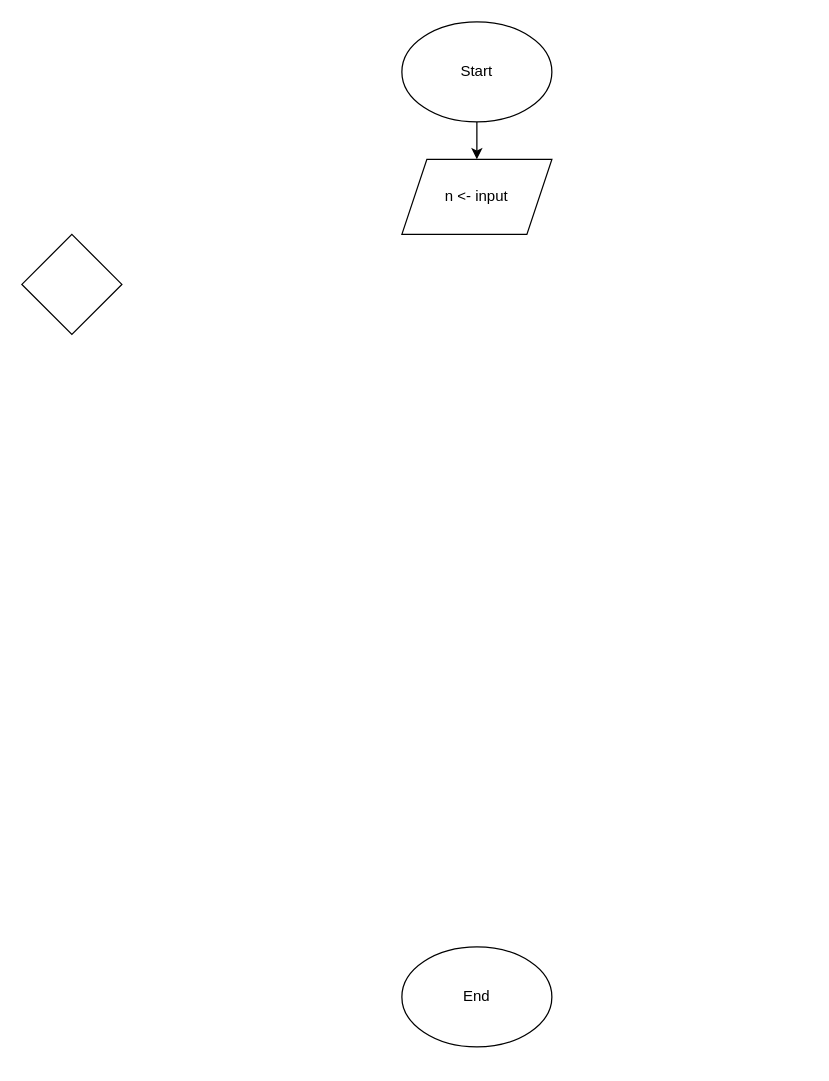
The draw.io diagram 1st_year/1st_term/programming/2nd_week/Exercise_7.drawio in AGPFVEN/uc3m, before the edit. Source tidied: cells renumbered, new cells numbered last; positions are measured from the earlier drawing's top-left corner, leaving out a move shared by most shapes. Both pictures are drawn from the tidied source at 125%, with x=0, y=0 at pixel (21, 21).
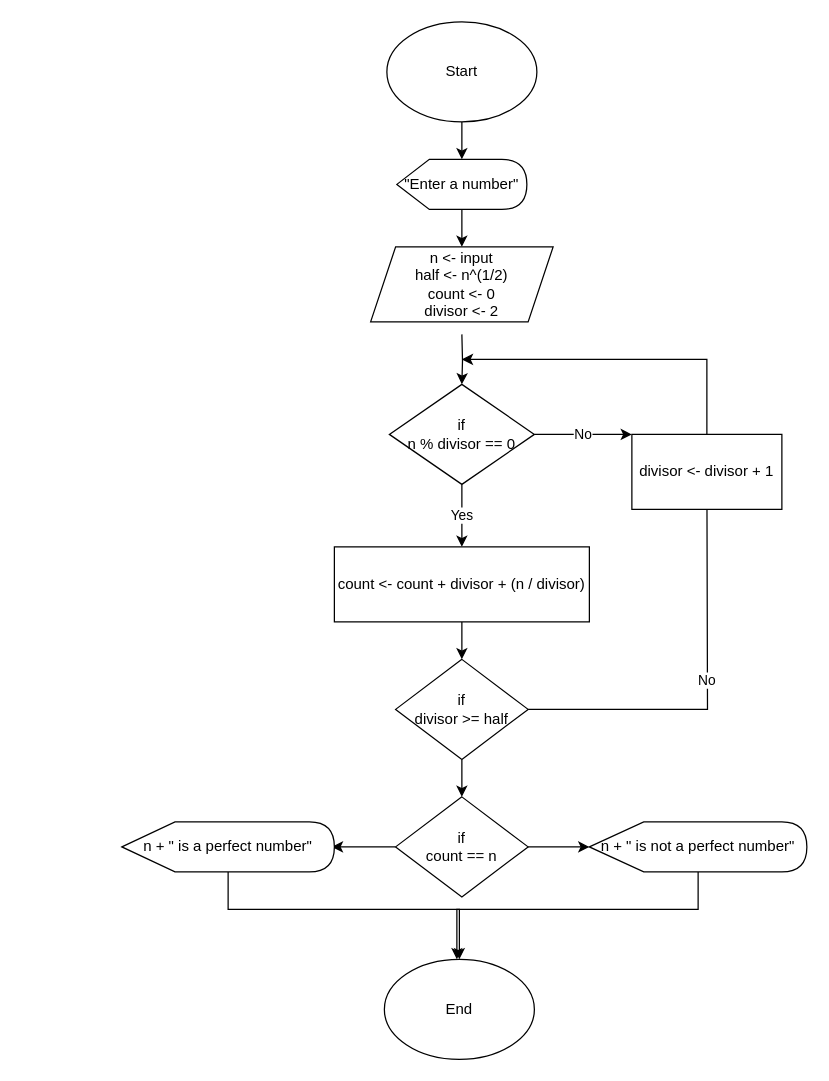
Above is the later version.

The edit, as a diff of the source:
```diff
@@
-    <mxCell id="2" style="edgeStyle=orthogonalEdgeStyle;rounded=0;jettySize=auto;html=1;" parent="1" edge="1" source="3" target="5">
-      <mxGeometry relative="1" as="geometry" />
-    </mxCell>
+    <mxCell id="7" style="edgeStyle=orthogonalEdgeStyle;rounded=0;jettySize=auto;html=1;" parent="1" edge="1" source="3" target="23">
+      <mxGeometry relative="1" as="geometry" />
+    </mxCell>
     <mxCell id="3" value="Start" style="ellipse;whiteSpace=wrap;html=1;" parent="1" vertex="1">
-      <mxGeometry x="304" width="120" height="80" as="geometry" />
+      <mxGeometry x="292" width="120" height="80" as="geometry" />
     </mxCell>
     <mxCell id="4" value="End" style="ellipse;whiteSpace=wrap;html=1;" parent="1" vertex="1">
-      <mxGeometry x="304" y="740" width="120" height="80" as="geometry" />
+      <mxGeometry x="290" y="750" width="120" height="80" as="geometry" />
     </mxCell>
+    <mxCell id="8" style="edgeStyle=orthogonalEdgeStyle;rounded=0;jettySize=auto;html=1;" parent="1" edge="1" target="14">
+      <mxGeometry relative="1" as="geometry">
+        <mxPoint x="352" y="250" as="sourcePoint" />
+      </mxGeometry>
+    </mxCell>
-    <mxCell id="5" value="n &amp;lt;- input" style="shape=parallelogram;perimeter=parallelogramPerimeter;whiteSpace=wrap;html=1;fixedSize=1;" parent="1" vertex="1">
-      <mxGeometry x="304" y="110" width="120" height="60" as="geometry" />
+    <mxCell id="5" value="n &amp;lt;- input&lt;br&gt;half &amp;lt;- n^(1/2)&lt;br&gt;count &amp;lt;- 0&lt;br&gt;divisor &amp;lt;- 2" style="shape=parallelogram;perimeter=parallelogramPerimeter;whiteSpace=wrap;html=1;fixedSize=1;" parent="1" vertex="1">
+      <mxGeometry x="279" y="180" width="146" height="60" as="geometry" />
     </mxCell>
-    <mxCell id="6" style="rhombus;whiteSpace=wrap;html=1;" parent="1" vertex="1">
-      <mxGeometry y="170" width="80" height="80" as="geometry" />
-    </mxCell>
+    <mxCell id="9" value="No" style="edgeStyle=orthogonalEdgeStyle;rounded=0;jettySize=auto;html=1;entryX=0.5;entryY=1;entryDx=0;entryDy=0;" parent="1" edge="1" source="11">
+      <mxGeometry relative="1" as="geometry">
+        <mxPoint x="548" y="360" as="targetPoint" />
+      </mxGeometry>
+    </mxCell>
+    <mxCell id="10" style="edgeStyle=orthogonalEdgeStyle;rounded=0;jettySize=auto;html=1;" parent="1" edge="1" source="11" target="21">
+      <mxGeometry relative="1" as="geometry" />
+    </mxCell>
+    <mxCell id="11" value="if&lt;br&gt;divisor &amp;gt;= half" style="rhombus;whiteSpace=wrap;html=1;" parent="1" vertex="1">
+      <mxGeometry x="299" y="510" width="106" height="80" as="geometry" />
+    </mxCell>
+    <mxCell id="12" value="No" style="edgeStyle=orthogonalEdgeStyle;rounded=0;jettySize=auto;html=1;" parent="1" edge="1" source="14">
+      <mxGeometry relative="1" as="geometry">
+        <mxPoint x="488" y="330" as="targetPoint" />
+      </mxGeometry>
+    </mxCell>
+    <mxCell id="13" value="Yes" style="edgeStyle=orthogonalEdgeStyle;rounded=0;jettySize=auto;html=1;" parent="1" edge="1" source="14" target="18">
+      <mxGeometry relative="1" as="geometry" />
+    </mxCell>
+    <mxCell id="14" value="if&lt;br&gt;n % divisor == 0" style="rhombus;whiteSpace=wrap;html=1;" parent="1" vertex="1">
+      <mxGeometry x="294" y="290" width="116" height="80" as="geometry" />
+    </mxCell>
+    <mxCell id="15" style="edgeStyle=orthogonalEdgeStyle;rounded=0;jettySize=auto;html=1;exitX=0.5;exitY=0;exitDx=0;exitDy=0;" parent="1" edge="1" source="16">
+      <mxGeometry relative="1" as="geometry">
+        <mxPoint x="352" y="270" as="targetPoint" />
+        <Array as="points">
+          <mxPoint x="548" y="270" />
+        </Array>
+      </mxGeometry>
+    </mxCell>
+    <mxCell id="16" value="divisor &amp;lt;- divisor + 1" style="whiteSpace=wrap;html=1;" parent="1" vertex="1">
+      <mxGeometry x="488" y="330" width="120" height="60" as="geometry" />
+    </mxCell>
+    <mxCell id="17" style="edgeStyle=orthogonalEdgeStyle;rounded=0;jettySize=auto;html=1;entryX=0.5;entryY=0;entryDx=0;entryDy=0;" parent="1" edge="1" source="18" target="11">
+      <mxGeometry relative="1" as="geometry" />
+    </mxCell>
+    <mxCell id="18" value="count &amp;lt;- count + divisor + (n / divisor)" style="whiteSpace=wrap;html=1;" parent="1" vertex="1">
+      <mxGeometry x="250" y="420" width="204" height="60" as="geometry" />
+    </mxCell>
+    <mxCell id="19" style="edgeStyle=orthogonalEdgeStyle;rounded=0;jettySize=auto;html=1;" parent="1" edge="1" source="21">
+      <mxGeometry relative="1" as="geometry">
+        <mxPoint x="248" y="660" as="targetPoint" />
+      </mxGeometry>
+    </mxCell>
+    <mxCell id="20" style="edgeStyle=orthogonalEdgeStyle;rounded=0;jettySize=auto;html=1;" parent="1" edge="1" source="21" target="27">
+      <mxGeometry relative="1" as="geometry" />
+    </mxCell>
+    <mxCell id="21" value="if&lt;br&gt;count == n" style="rhombus;whiteSpace=wrap;html=1;" parent="1" vertex="1">
+      <mxGeometry x="299" y="620" width="106" height="80" as="geometry" />
+    </mxCell>
+    <mxCell id="22" style="edgeStyle=orthogonalEdgeStyle;rounded=0;jettySize=auto;html=1;" parent="1" edge="1" source="23" target="5">
+      <mxGeometry relative="1" as="geometry" />
+    </mxCell>
+    <mxCell id="23" value="&quot;Enter a number&quot;" style="shape=display;whiteSpace=wrap;html=1;" parent="1" vertex="1">
+      <mxGeometry x="300" y="110" width="104" height="40" as="geometry" />
+    </mxCell>
+    <mxCell id="24" style="edgeStyle=orthogonalEdgeStyle;rounded=0;jettySize=auto;html=1;" parent="1" edge="1" source="25">
+      <mxGeometry relative="1" as="geometry">
+        <mxPoint x="350" y="750" as="targetPoint" />
+        <Array as="points">
+          <mxPoint x="165" y="710" />
+          <mxPoint x="350" y="710" />
+        </Array>
+      </mxGeometry>
+    </mxCell>
+    <mxCell id="25" value="&lt;span&gt;n + &quot; is a perfect number&quot;&lt;/span&gt;" style="shape=display;whiteSpace=wrap;html=1;" parent="1" vertex="1">
+      <mxGeometry x="80" y="640" width="170" height="40" as="geometry" />
+    </mxCell>
+    <mxCell id="26" style="edgeStyle=orthogonalEdgeStyle;rounded=0;jettySize=auto;html=1;" parent="1" edge="1" source="27">
+      <mxGeometry relative="1" as="geometry">
+        <mxPoint x="348" y="750" as="targetPoint" />
+        <Array as="points">
+          <mxPoint x="541" y="710" />
+          <mxPoint x="348" y="710" />
+        </Array>
+      </mxGeometry>
+    </mxCell>
+    <mxCell id="27" value="&lt;span&gt;n + &quot; is not a perfect number&quot;&lt;/span&gt;" style="shape=display;whiteSpace=wrap;html=1;" parent="1" vertex="1">
+      <mxGeometry x="454" y="640" width="174" height="40" as="geometry" />
+    </mxCell>
```
